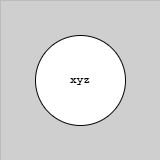
ready-to-release/eac keeps this draw.io diagram as docs/assets/cd-model/legend-env-plte.drawio.png. Above is the earlier version. Source tidied: cells renumbered, new cells last; positions are measured from the earlier drawing's top-left corner, leaving out a move shared by most shapes. The source it was exported from:
```xml
<mxGraphModel background="#CFCFCF">
  <root>
    <mxCell id="0" />
    <mxCell id="1" parent="0" />
    <mxCell id="2" style="group;strokeColor=#616161;dashed=1;dashPattern=12 12;strokeWidth=0;" parent="1" vertex="1">
      <mxGeometry width="160" height="160" as="geometry" />
    </mxCell>
    <mxCell id="3" value="xyz" style="ellipse;whiteSpace=wrap;html=1;strokeColor=#050505;fontSize=11;fontStyle=1;gradientColor=none;fontFamily=Courier New;" parent="1" vertex="1">
      <mxGeometry x="35" y="35" width="90" height="90" as="geometry" />
    </mxCell>
  </root>
</mxGraphModel>
```
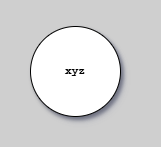
After the change.

What changed in the source:
```diff
@@ -1,11 +1,11 @@
-<mxGraphModel background="#CFCFCF">
+<mxGraphModel background="#CFCFCF" shadow="1">
   <root>
     <mxCell id="0" />
     <mxCell id="1" parent="0" />
-    <mxCell id="2" style="group;strokeColor=#616161;dashed=1;dashPattern=12 12;strokeWidth=0;" parent="1" vertex="1">
-      <mxGeometry width="160" height="160" as="geometry" />
-    </mxCell>
+    <mxCell id="4" style="rounded=0;strokeColor=none;fillColor=none;" parent="1" vertex="1">
+      <mxGeometry x="5" y="9" width="150" height="136" as="geometry" />
+    </mxCell>
-    <mxCell id="3" value="xyz" style="ellipse;whiteSpace=wrap;html=1;strokeColor=#050505;fontSize=11;fontStyle=1;gradientColor=none;fontFamily=Courier New;" parent="1" vertex="1">
+    <mxCell id="3" value="xyz" style="ellipse;whiteSpace=wrap;html=1;strokeColor=default;fontSize=11;fontStyle=1;fontFamily=Courier New;shadow=1;" parent="1" vertex="1">
       <mxGeometry x="35" y="35" width="90" height="90" as="geometry" />
     </mxCell>
   </root>
```
